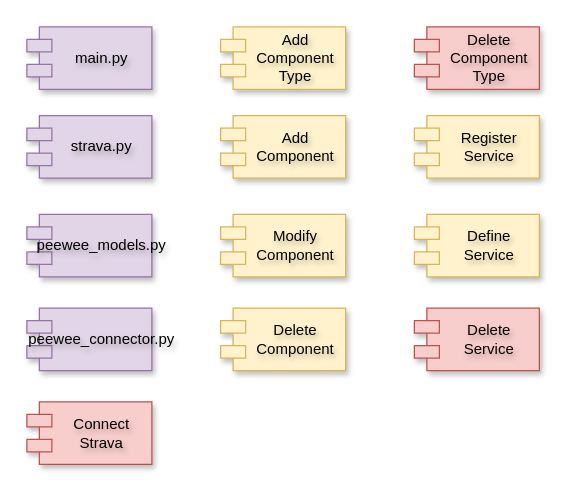
The draw.io diagram page "Modules" (2 of 5) of docs/all_diagrams.drawio in xivind/velo-supervisor-2000, before the edit. Source tidied: cells renumbered, new cells numbered last; positions are measured from the earlier drawing's top-left corner, leaving out a move shared by most shapes. Both pictures are drawn from the tidied source at 125%, with x=0, y=0 at pixel (26, 26).
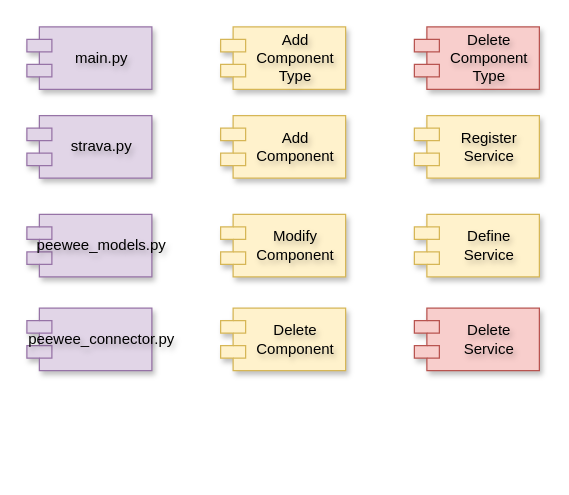
After the change.

What changed in the source:
```diff
@@
 <mxGraphModel>
   <root>
     <mxCell id="0" />
     <mxCell id="1" parent="0" />
     <mxCell id="2" style="ellipse;whiteSpace=wrap;html=1;align=center;fillColor=none;strokeColor=none;perimeter=centerPerimeter;textShadow=1;" parent="1" vertex="1">
       <mxGeometry x="110" y="60" width="10" height="10" as="geometry" />
     </mxCell>
     <mxCell id="3" value="main.py" style="shape=module;align=left;spacingLeft=20;align=center;verticalAlign=middle;whiteSpace=wrap;html=1;fillColor=#e1d5e7;strokeColor=#9673a6;textShadow=1;shadow=1;" parent="1" vertex="1">
       <mxGeometry width="100" height="50" as="geometry" />
     </mxCell>
     <mxCell id="4" value="Add Component Type" style="shape=module;align=left;spacingLeft=20;align=center;verticalAlign=middle;whiteSpace=wrap;html=1;fillColor=#fff2cc;strokeColor=#d6b656;textShadow=1;shadow=1;" parent="1" vertex="1">
       <mxGeometry x="155" width="100" height="50" as="geometry" />
     </mxCell>
     <mxCell id="5" value="Define Service" style="shape=module;align=left;spacingLeft=20;align=center;verticalAlign=middle;whiteSpace=wrap;html=1;fillColor=#fff2cc;strokeColor=#d6b656;textShadow=1;shadow=1;" parent="1" vertex="1">
       <mxGeometry x="310" y="150" width="100" height="50" as="geometry" />
     </mxCell>
     <mxCell id="6" value="strava.py" style="shape=module;align=left;spacingLeft=20;align=center;verticalAlign=middle;whiteSpace=wrap;html=1;fillColor=#e1d5e7;strokeColor=#9673a6;textShadow=1;shadow=1;" parent="1" vertex="1">
       <mxGeometry y="71" width="100" height="50" as="geometry" />
     </mxCell>
     <mxCell id="7" value="Add Component" style="shape=module;align=left;spacingLeft=20;align=center;verticalAlign=middle;whiteSpace=wrap;html=1;fillColor=#fff2cc;strokeColor=#d6b656;textShadow=1;shadow=1;" parent="1" vertex="1">
       <mxGeometry x="155" y="71" width="100" height="50" as="geometry" />
     </mxCell>
     <mxCell id="8" value="Register Service" style="shape=module;align=left;spacingLeft=20;align=center;verticalAlign=middle;whiteSpace=wrap;html=1;fillColor=#fff2cc;strokeColor=#d6b656;textShadow=1;shadow=1;" parent="1" vertex="1">
       <mxGeometry x="310" y="71" width="100" height="50" as="geometry" />
     </mxCell>
     <mxCell id="9" value="peewee_models.py" style="shape=module;align=left;spacingLeft=20;align=center;verticalAlign=middle;whiteSpace=wrap;html=1;fillColor=#e1d5e7;strokeColor=#9673a6;textShadow=1;shadow=1;" parent="1" vertex="1">
       <mxGeometry y="150" width="100" height="50" as="geometry" />
     </mxCell>
     <mxCell id="10" value="Modify Component" style="shape=module;align=left;spacingLeft=20;align=center;verticalAlign=middle;whiteSpace=wrap;html=1;fillColor=#fff2cc;strokeColor=#d6b656;textShadow=1;shadow=1;" parent="1" vertex="1">
       <mxGeometry x="155" y="150" width="100" height="50" as="geometry" />
     </mxCell>
     <mxCell id="11" value="Delete Component" style="shape=module;align=left;spacingLeft=20;align=center;verticalAlign=middle;whiteSpace=wrap;html=1;fillColor=#fff2cc;strokeColor=#d6b656;textShadow=1;shadow=1;" parent="1" vertex="1">
       <mxGeometry x="155" y="225" width="100" height="50" as="geometry" />
     </mxCell>
     <mxCell id="12" value="peewee_connector.py" style="shape=module;align=left;spacingLeft=20;align=center;verticalAlign=middle;whiteSpace=wrap;html=1;fillColor=#e1d5e7;strokeColor=#9673a6;textShadow=1;shadow=1;" parent="1" vertex="1">
       <mxGeometry y="225" width="100" height="50" as="geometry" />
     </mxCell>
     <mxCell id="13" value="Delete Component Type" style="shape=module;align=left;spacingLeft=20;align=center;verticalAlign=middle;whiteSpace=wrap;html=1;fillColor=#f8cecc;strokeColor=#b85450;textShadow=1;shadow=1;" parent="1" vertex="1">
       <mxGeometry x="310" width="100" height="50" as="geometry" />
     </mxCell>
     <mxCell id="14" value="Delete Service" style="shape=module;align=left;spacingLeft=20;align=center;verticalAlign=middle;whiteSpace=wrap;html=1;fillColor=#f8cecc;strokeColor=#b85450;textShadow=1;shadow=1;" parent="1" vertex="1">
       <mxGeometry x="310" y="225" width="100" height="50" as="geometry" />
     </mxCell>
-    <mxCell id="15" value="Connect Strava" style="shape=module;align=left;spacingLeft=20;align=center;verticalAlign=middle;whiteSpace=wrap;html=1;fillColor=#f8cecc;strokeColor=#b85450;textShadow=1;shadow=1;" parent="1" vertex="1">
-      <mxGeometry y="300" width="100" height="50" as="geometry" />
-    </mxCell>
   </root>
 </mxGraphModel>
```
